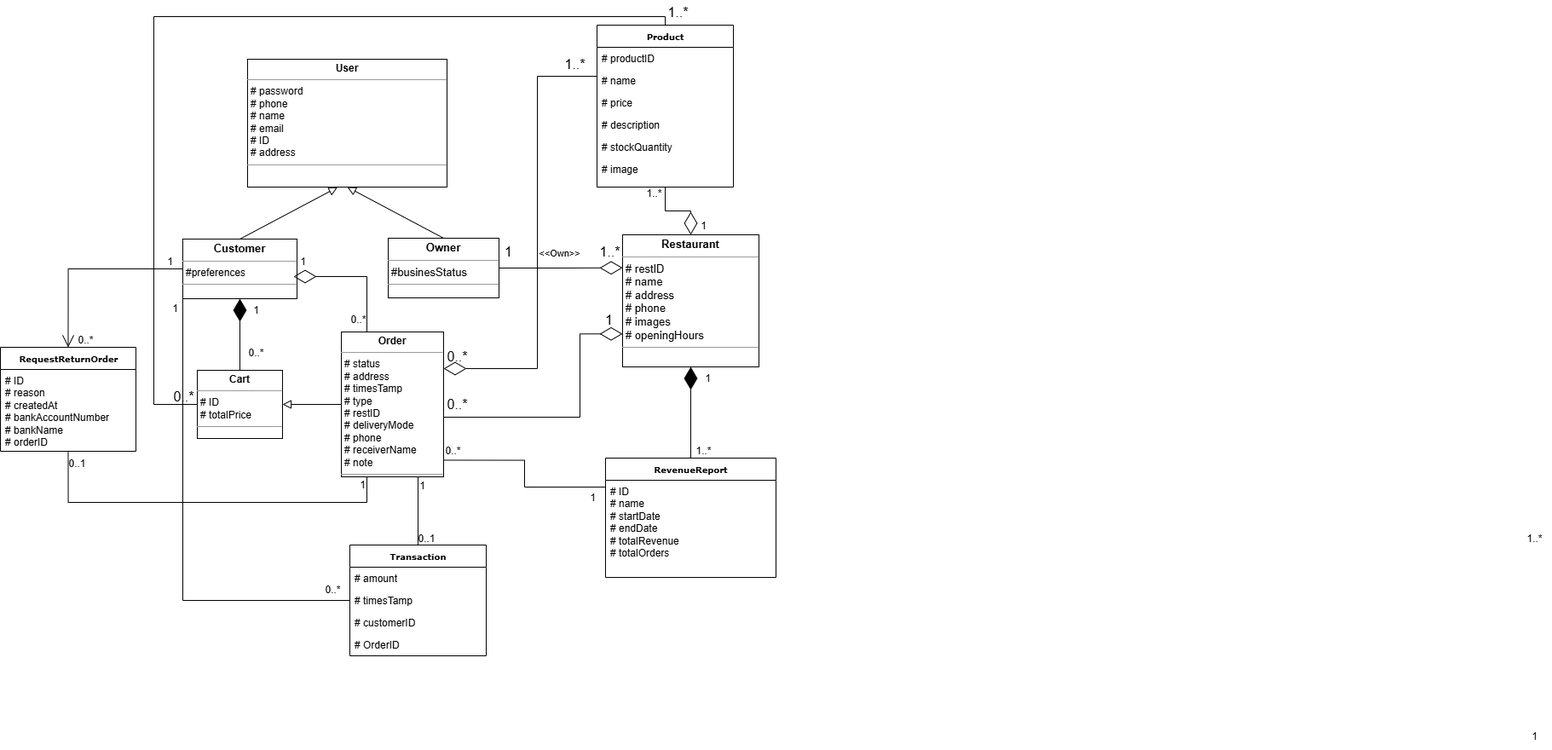
The draw.io diagram Class Diagram/0.DomainClassDiagram/DomainClassDiagram.drawio.png in Minh-Quan-dz123/NHOM12-HeThongBanHangChoCuaHang, before a commit. Source tidied: cells renumbered, new cells last; positions are measured from the earlier drawing's top-left corner, leaving out a move shared by most shapes.
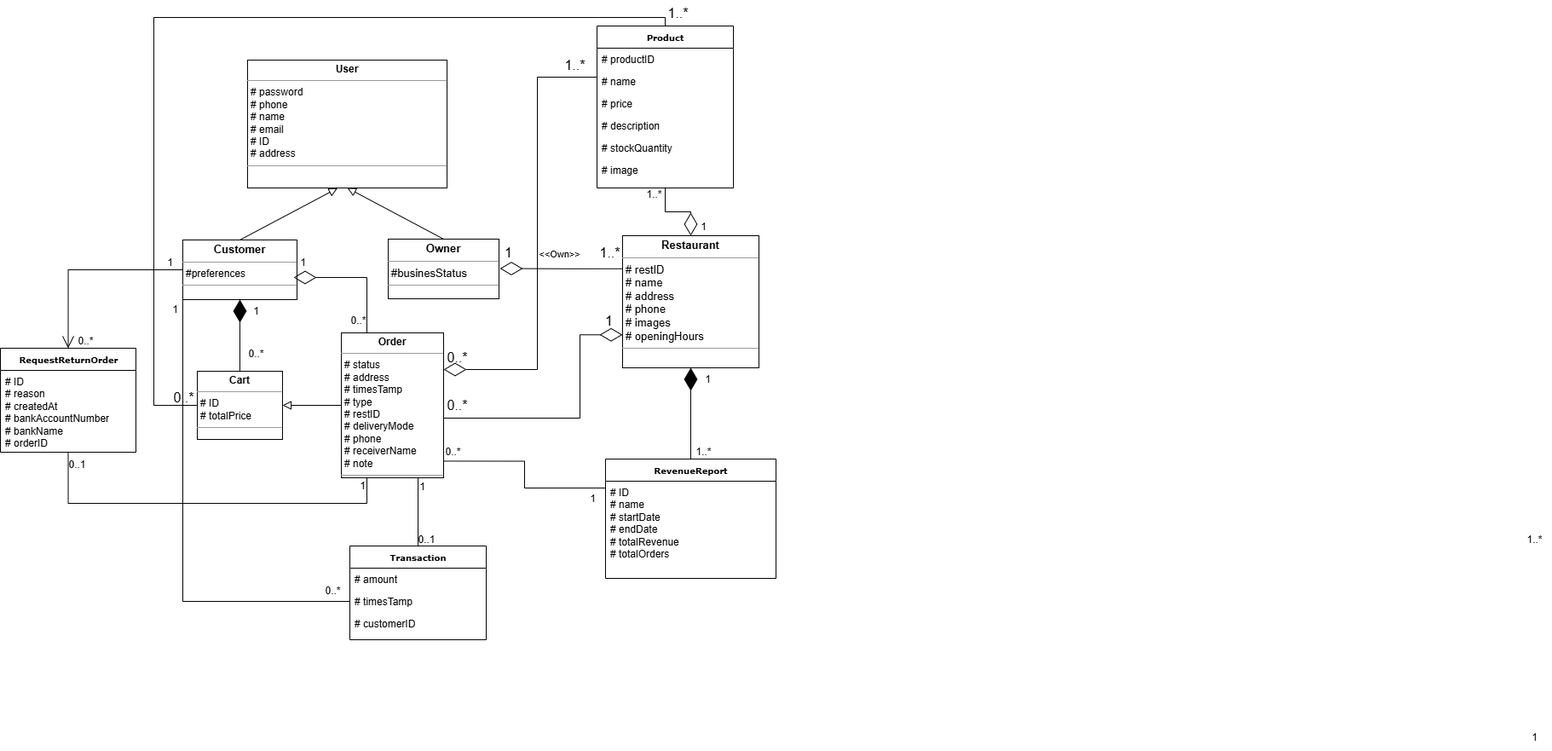
Above is the later version.

What changed in the source:
```diff
@@ -30,7 +30,7 @@
       <mxGeometry y="26" width="200" height="114" as="geometry" />
     </mxCell>
     <mxCell id="11" value="&lt;div&gt;&lt;b style=&quot;background-color: transparent; color: light-dark(rgb(0, 0, 0), rgb(255, 255, 255));&quot;&gt;Transaction&lt;/b&gt;&lt;/div&gt;" style="swimlane;html=1;fontStyle=0;horizontal=1;startSize=26;fillColor=none;swimlaneFillColor=#ffffff;rounded=0;shadow=0;comic=0;labelBackgroundColor=none;strokeWidth=1;fontFamily=Verdana;fontSize=10;align=center;" parent="1" vertex="1">
-      <mxGeometry x="410" y="640" width="160" height="130" as="geometry" />
+      <mxGeometry x="410" y="640" width="160" height="110" as="geometry" />
     </mxCell>
     <mxCell id="12" value="# amount" style="text;html=1;strokeColor=none;fillColor=none;align=left;verticalAlign=top;spacingLeft=4;spacingRight=4;whiteSpace=wrap;overflow=hidden;" parent="11" vertex="1">
       <mxGeometry y="26" width="160" height="26" as="geometry" />
@@ -41,9 +41,6 @@
     <mxCell id="14" value="# customerID" style="text;html=1;strokeColor=none;fillColor=none;align=left;verticalAlign=top;spacingLeft=4;spacingRight=4;whiteSpace=wrap;overflow=hidden;" parent="11" vertex="1">
       <mxGeometry y="78" width="160" height="26" as="geometry" />
     </mxCell>
-    <mxCell id="15" value="# OrderID" style="text;html=1;strokeColor=none;fillColor=none;align=left;verticalAlign=top;spacingLeft=4;spacingRight=4;whiteSpace=wrap;overflow=hidden;" parent="11" vertex="1">
-      <mxGeometry y="104" width="160" height="26" as="geometry" />
-    </mxCell>
     <mxCell id="16" style="endArrow=block;html=1;rounded=0;align=center;verticalAlign=bottom;endFill=0;labelBackgroundColor=none;endSize=8;fontSize=12;curved=1;entryX=1;entryY=0.5;entryDx=0;entryDy=0;exitX=0;exitY=0.5;exitDx=0;exitDy=0;" parent="1" edge="1" source="21" target="20">
       <mxGeometry x="0.75" relative="1" as="geometry" />
     </mxCell>
@@ -77,7 +74,7 @@
     <mxCell id="26" value="1" style="text;html=1;align=center;verticalAlign=middle;points=[];strokeColor=none;fillColor=none;fontSize=16;" parent="1" vertex="1">
       <mxGeometry x="581" y="281" width="30" height="30" as="geometry" />
     </mxCell>
-    <mxCell id="27" style="endArrow=diamondThin;endFill=0;endSize=24;html=1;rounded=0;exitX=1;exitY=0.5;exitDx=0;exitDy=0;entryX=0;entryY=0.25;entryDx=0;entryDy=0;edgeStyle=orthogonalEdgeStyle;" parent="1" edge="1" source="23" target="24">
+    <mxCell id="27" style="endArrow=diamondThin;endFill=0;endSize=24;html=1;rounded=0;exitX=0;exitY=0.25;exitDx=0;exitDy=0;edgeStyle=orthogonalEdgeStyle;entryX=0.167;entryY=1.117;entryDx=0;entryDy=0;entryPerimeter=0;" parent="1" edge="1" source="24" target="26">
       <mxGeometry relative="1" as="geometry" />
     </mxCell>
     <mxCell id="28" style="endArrow=diamondThin;endFill=0;endSize=24;html=1;rounded=0;exitX=0.5;exitY=1;exitDx=0;exitDy=0;entryX=0.5;entryY=0;entryDx=0;entryDy=0;edgeStyle=orthogonalEdgeStyle;" parent="1" edge="1" source="34" target="24">
```
